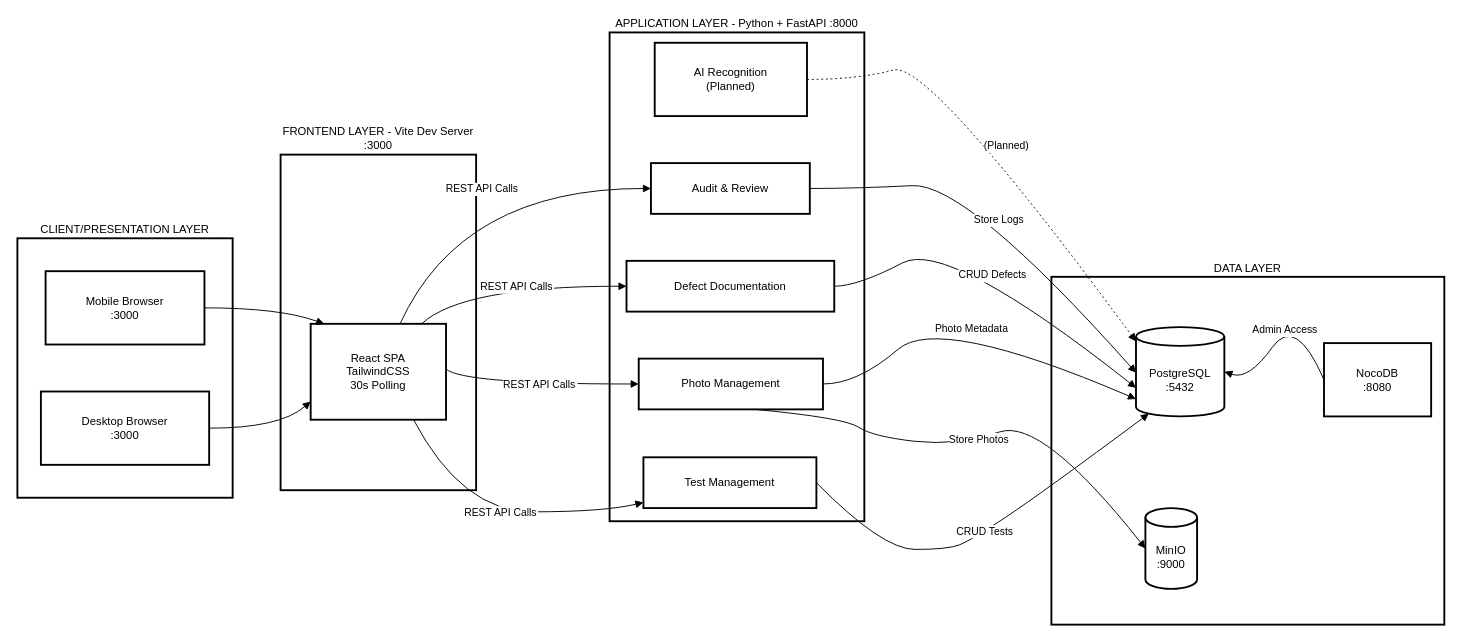
This is docs/asdasdaa.drawio from DominykasPivo/QC-Vision, a draw.io file, before an edit. Source tidied: cells renumbered, new cells numbered last; positions are measured from the earlier drawing's top-left corner, leaving out a move shared by most shapes. Both pictures are drawn from the tidied source at 94%, with x=0, y=0 at pixel (17, 32).
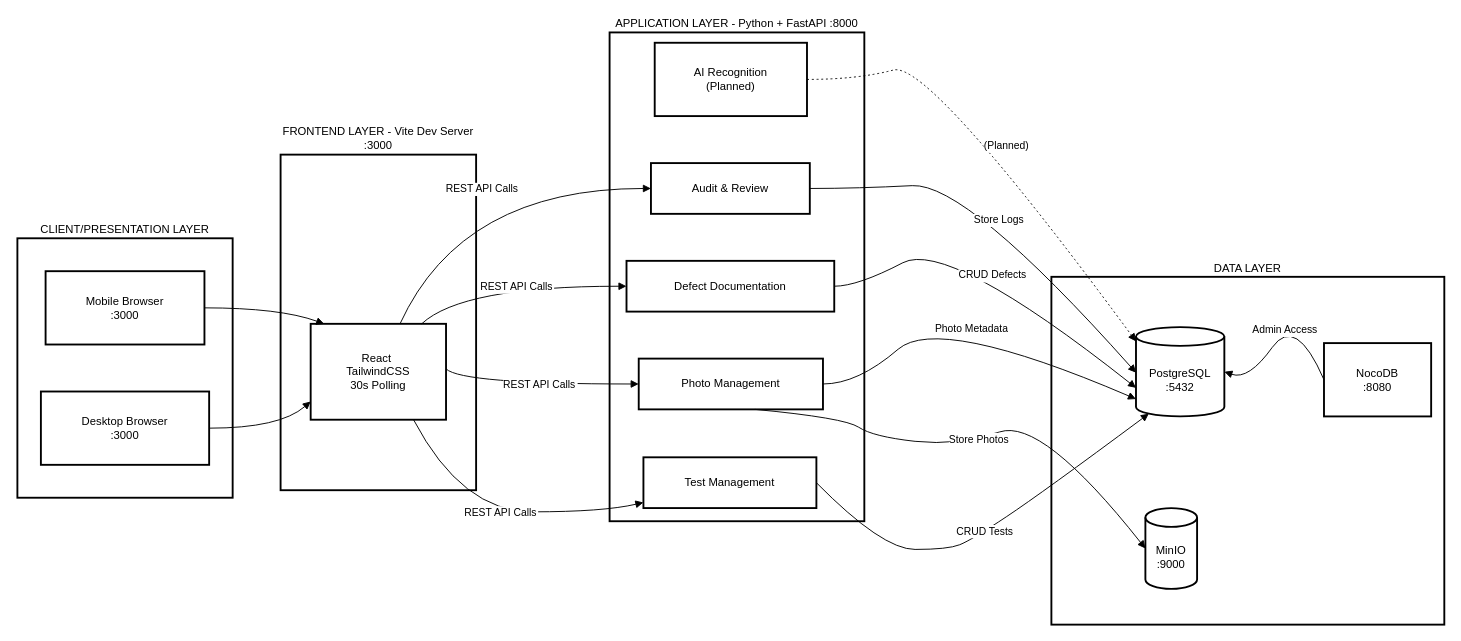
The same diagram, later.

What changed in the source:
```diff
@@
-    <mxCell id="8" value="React SPA&#10;TailwindCSS&#10;30s Polling" style="whiteSpace=wrap;strokeWidth=2;" parent="1" vertex="1">
+    <mxCell id="8" value="React &#10;TailwindCSS&#10;30s Polling" style="whiteSpace=wrap;strokeWidth=2;" parent="1" vertex="1">
       <mxGeometry x="312" y="310" width="144" height="102" as="geometry" />
     </mxCell>
```
